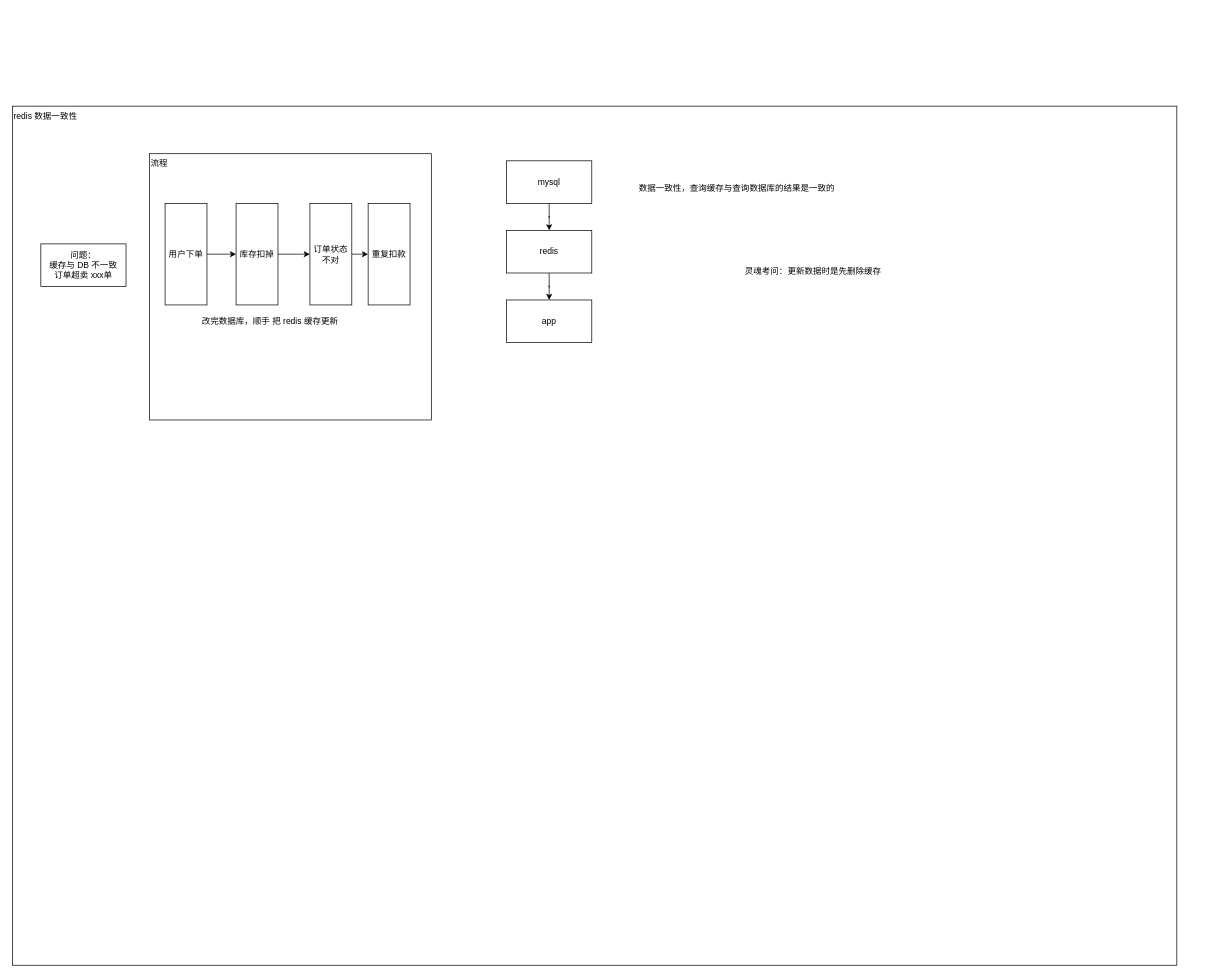
The draw.io diagram page "第 13 页" (13 of 13) of 2-redis/Redis-架构与面试.drawio in vic868/Deliberate, before the edit. Source tidied: cells renumbered, new cells numbered last; positions are measured from the earlier drawing's top-left corner, leaving out a move shared by most shapes. Both pictures are drawn from the tidied source at 71%, with x=0, y=0 at pixel (12, 106).
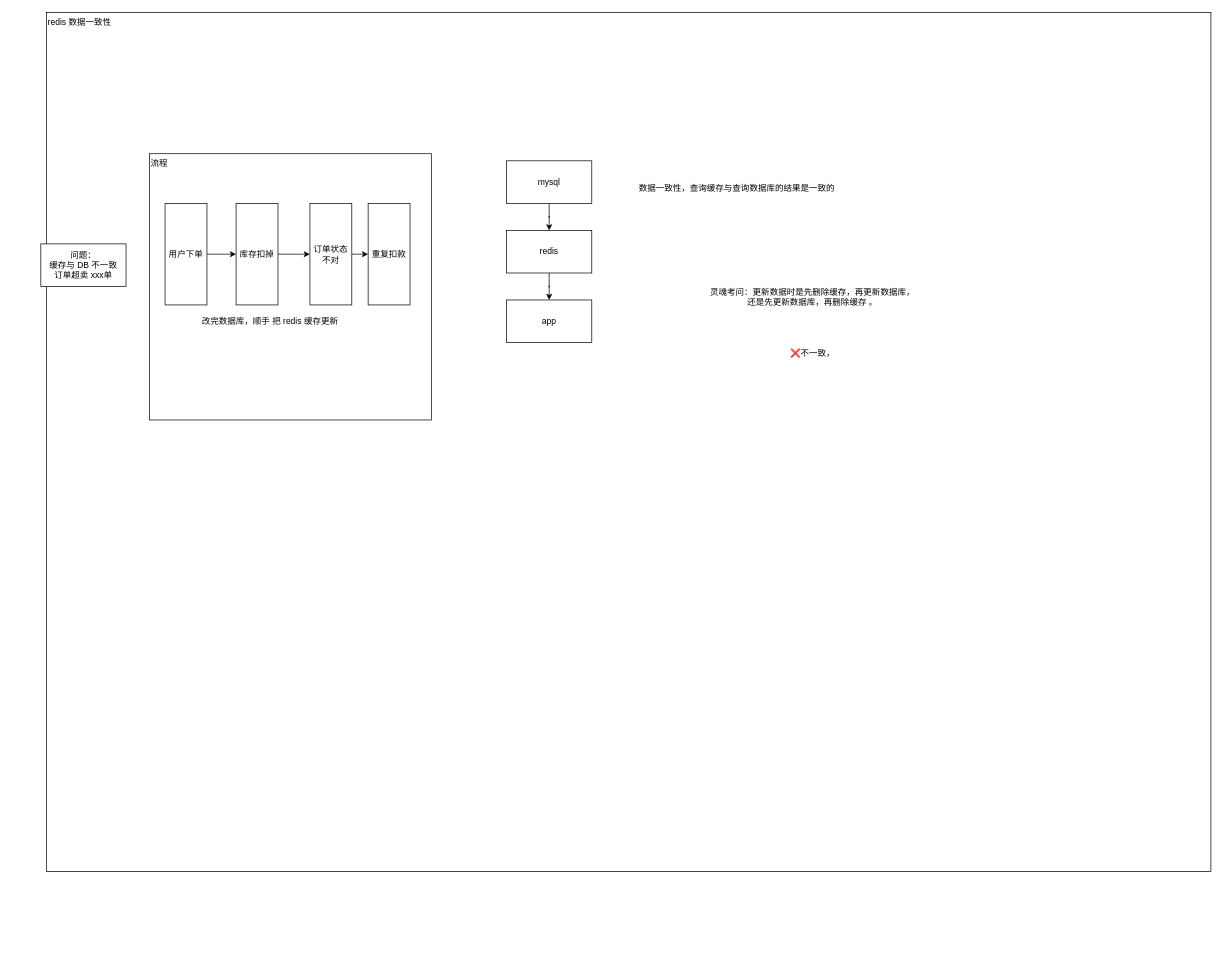
After the change.

Commit message:
vault backup: 2026-10-24 13:43:04

Diff of the diagram source:
```diff
@@
 <mxGraphModel>
   <root>
     <mxCell id="0" />
     <mxCell id="1" parent="0" />
     <mxCell id="2" value="redis 数据一致性" style="rounded=0;whiteSpace=wrap;html=1;align=left;verticalAlign=top;" parent="1" vertex="1">
-      <mxGeometry width="1640" height="1210" as="geometry" />
+      <mxGeometry x="48" y="-132" width="1640" height="1210" as="geometry" />
     </mxCell>
     <mxCell id="3" value="问题：&lt;div&gt;缓存与 DB 不一致&lt;/div&gt;&lt;div&gt;订单超卖 xxx单&lt;/div&gt;" style="rounded=0;whiteSpace=wrap;html=1;" parent="1" vertex="1">
       <mxGeometry x="40" y="194" width="120" height="60" as="geometry" />
     </mxCell>
     <mxCell id="4" value="流程" style="rounded=0;whiteSpace=wrap;html=1;align=left;verticalAlign=top;" parent="1" vertex="1">
       <mxGeometry x="193" y="67" width="397" height="375" as="geometry" />
     </mxCell>
     <mxCell id="5" style="edgeStyle=orthogonalEdgeStyle;rounded=0;jettySize=auto;html=1;exitX=1;exitY=0.5;exitDx=0;exitDy=0;entryX=0;entryY=0.5;entryDx=0;entryDy=0;defaultLabelBackgroundColor=page;" parent="1" edge="1" source="6" target="8">
       <mxGeometry relative="1" as="geometry" />
     </mxCell>
     <mxCell id="6" value="用户下单" style="rounded=0;whiteSpace=wrap;html=1;" parent="1" vertex="1">
       <mxGeometry x="215" y="137" width="59" height="143" as="geometry" />
     </mxCell>
     <mxCell id="7" style="edgeStyle=orthogonalEdgeStyle;rounded=0;jettySize=auto;html=1;exitX=1;exitY=0.5;exitDx=0;exitDy=0;entryX=0;entryY=0.5;entryDx=0;entryDy=0;defaultLabelBackgroundColor=page;" parent="1" edge="1" source="8" target="10">
       <mxGeometry relative="1" as="geometry" />
     </mxCell>
     <mxCell id="8" value="库存扣掉" style="rounded=0;whiteSpace=wrap;html=1;" parent="1" vertex="1">
       <mxGeometry x="315" y="137" width="59" height="143" as="geometry" />
     </mxCell>
     <mxCell id="9" style="edgeStyle=orthogonalEdgeStyle;rounded=0;jettySize=auto;html=1;exitX=1;exitY=0.5;exitDx=0;exitDy=0;entryX=0;entryY=0.5;entryDx=0;entryDy=0;defaultLabelBackgroundColor=page;" parent="1" edge="1" source="10" target="11">
       <mxGeometry relative="1" as="geometry" />
     </mxCell>
     <mxCell id="10" value="订单状态不对" style="rounded=0;whiteSpace=wrap;html=1;" parent="1" vertex="1">
       <mxGeometry x="419" y="137" width="59" height="143" as="geometry" />
     </mxCell>
     <mxCell id="11" value="重复扣款" style="rounded=0;whiteSpace=wrap;html=1;" parent="1" vertex="1">
       <mxGeometry x="501" y="137" width="59" height="143" as="geometry" />
     </mxCell>
     <mxCell id="12" value="改完数据库，顺手 把 redis 缓存更新" style="text;html=1;whiteSpace=wrap;strokeColor=none;fillColor=none;align=center;verticalAlign=middle;rounded=0;" parent="1" vertex="1">
       <mxGeometry x="221" y="291" width="284" height="24" as="geometry" />
     </mxCell>
     <mxCell id="13" value="mysql" style="rounded=0;whiteSpace=wrap;html=1;" parent="1" vertex="1">
       <mxGeometry x="696" y="77" width="120" height="60" as="geometry" />
     </mxCell>
     <mxCell id="14" style="edgeStyle=orthogonalEdgeStyle;rounded=0;jettySize=auto;html=1;entryX=0.5;entryY=0;entryDx=0;entryDy=0;defaultLabelBackgroundColor=page;" parent="1" edge="1" source="15" target="16">
       <mxGeometry relative="1" as="geometry" />
     </mxCell>
     <mxCell id="15" value="redis" style="rounded=0;whiteSpace=wrap;html=1;" parent="1" vertex="1">
       <mxGeometry x="696" y="175" width="120" height="60" as="geometry" />
     </mxCell>
     <mxCell id="16" value="app" style="rounded=0;whiteSpace=wrap;html=1;" parent="1" vertex="1">
       <mxGeometry x="696" y="273" width="120" height="60" as="geometry" />
     </mxCell>
     <mxCell id="17" style="edgeStyle=orthogonalEdgeStyle;rounded=0;jettySize=auto;html=1;entryX=0.5;entryY=0;entryDx=0;entryDy=0;defaultLabelBackgroundColor=page;" parent="1" edge="1" source="13" target="15">
       <mxGeometry relative="1" as="geometry" />
     </mxCell>
     <mxCell id="18" value="数据一致性，查询缓存与查询数据库的结果是一致的" style="text;html=1;whiteSpace=wrap;strokeColor=none;fillColor=none;align=center;verticalAlign=middle;rounded=0;" parent="1" vertex="1">
       <mxGeometry x="867" y="110" width="307" height="11" as="geometry" />
     </mxCell>
-    <mxCell id="19" value="灵魂考问：更新数据时是先删除缓存" style="text;html=1;whiteSpace=wrap;strokeColor=none;fillColor=none;align=center;verticalAlign=middle;rounded=0;" parent="1" vertex="1">
-      <mxGeometry x="952" y="208" width="352" height="50" as="geometry" />
+    <mxCell id="19" value="灵魂考问：更新数据时是先删除缓存，再更新数据库，&lt;div&gt;还是先更新数据库，再删除缓存 。&lt;table&gt;&lt;tbody&gt;&lt;tr&gt;&lt;td&gt;&lt;br&gt;&lt;/td&gt;&lt;td&gt;&lt;br&gt;&lt;/td&gt;&lt;td&gt;&lt;br&gt;&lt;/td&gt;&lt;td&gt;&lt;br&gt;&lt;/td&gt;&lt;/tr&gt;&lt;tr&gt;&lt;td&gt;&lt;br&gt;&lt;/td&gt;&lt;td&gt;&lt;br&gt;&lt;/td&gt;&lt;td&gt;&lt;br&gt;&lt;/td&gt;&lt;td&gt;&lt;br&gt;&lt;/td&gt;&lt;/tr&gt;&lt;tr&gt;&lt;td&gt;&lt;br&gt;&lt;/td&gt;&lt;td&gt;&lt;br&gt;&lt;/td&gt;&lt;td&gt;&lt;br&gt;&lt;/td&gt;&lt;td&gt;&lt;br&gt;&lt;/td&gt;&lt;/tr&gt;&lt;/tbody&gt;&lt;/table&gt;❌不一致，&lt;br&gt;&lt;/div&gt;" style="text;html=1;whiteSpace=wrap;strokeColor=none;fillColor=none;align=center;verticalAlign=middle;rounded=0;" parent="1" vertex="1">
+      <mxGeometry x="952" y="196" width="350" height="217" as="geometry" />
     </mxCell>
   </root>
 </mxGraphModel>
```
